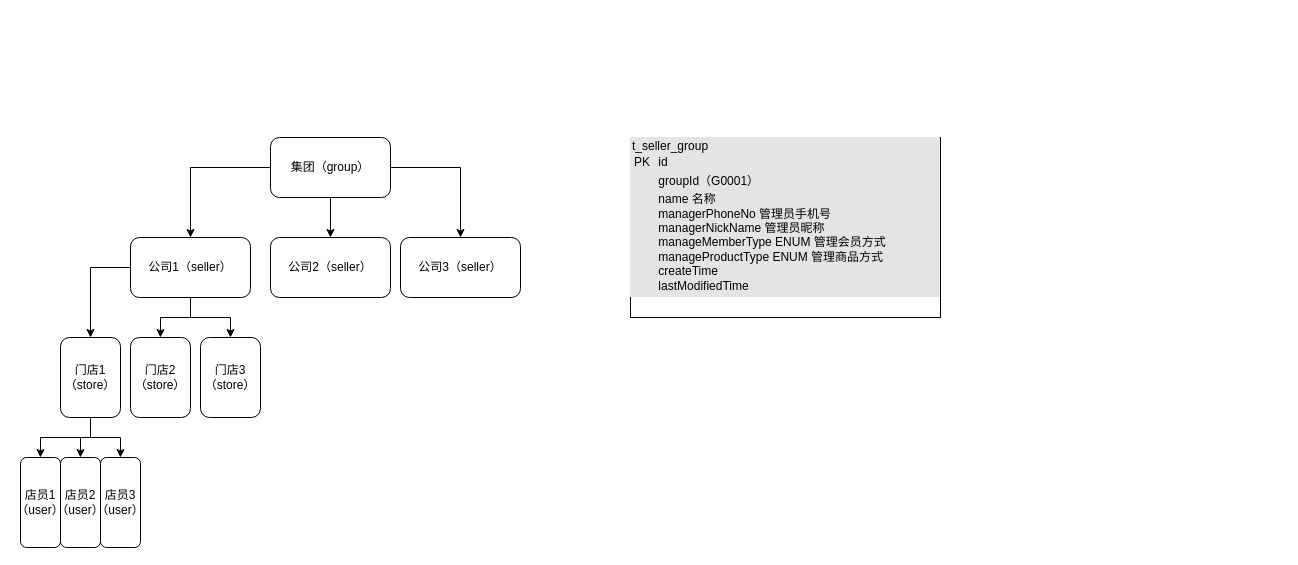
Earlier version of the draw.io diagram fastsales-group.drawio (luodongseu/diagrams). Source tidied: cells renumbered, new cells numbered last; positions are measured from the earlier drawing's top-left corner, leaving out a move shared by most shapes. Both pictures are drawn from the tidied source at 100%, with x=0, y=0 at pixel (20, 137).
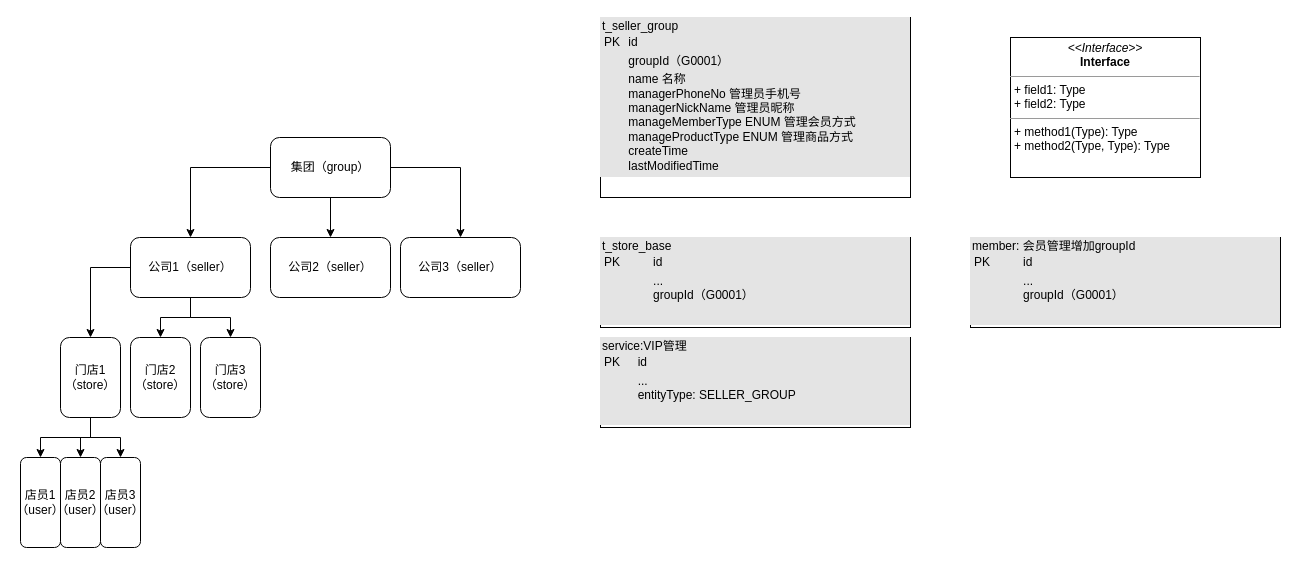
Above is the later version.

Change to the diagram source:
```diff
@@
     <mxCell id="21" value="&lt;div style=&quot;box-sizing: border-box ; width: 100% ; background: #e4e4e4 ; padding: 2px&quot;&gt;t_seller_group&lt;table cellpadding=&quot;2&quot; cellspacing=&quot;0&quot; style=&quot;font-size: 1em ; width: 100%&quot;&gt;&lt;tbody&gt;&lt;tr&gt;&lt;td&gt;PK&lt;/td&gt;&lt;td&gt;id&lt;/td&gt;&lt;/tr&gt;&lt;tr&gt;&lt;td&gt;&lt;/td&gt;&lt;td&gt;groupId（G0001）&lt;/td&gt;&lt;/tr&gt;&lt;tr&gt;&lt;td&gt;&lt;/td&gt;&lt;td&gt;name 名称&lt;br&gt;managerPhoneNo 管理员手机号&lt;br&gt;managerNickName 管理员昵称&lt;br&gt;manageMemberType ENUM 管理会员方式&lt;br&gt;manageProductType ENUM 管理商品方式&lt;br&gt;createTime&lt;br&gt;lastModifiedTime&lt;/td&gt;&lt;/tr&gt;&lt;/tbody&gt;&lt;/table&gt;&lt;/div&gt;" style="verticalAlign=top;align=left;overflow=fill;html=1;" parent="1" vertex="1">
-      <mxGeometry x="610" width="310" height="180" as="geometry" />
+      <mxGeometry x="580" y="-120" width="310" height="180" as="geometry" />
     </mxCell>
+    <mxCell id="22" value="&lt;p style=&quot;margin:0px;margin-top:4px;text-align:center;&quot;&gt;&lt;i&gt;&amp;lt;&amp;lt;Interface&amp;gt;&amp;gt;&lt;/i&gt;&lt;br/&gt;&lt;b&gt;Interface&lt;/b&gt;&lt;/p&gt;&lt;hr size=&quot;1&quot;/&gt;&lt;p style=&quot;margin:0px;margin-left:4px;&quot;&gt;+ field1: Type&lt;br/&gt;+ field2: Type&lt;/p&gt;&lt;hr size=&quot;1&quot;/&gt;&lt;p style=&quot;margin:0px;margin-left:4px;&quot;&gt;+ method1(Type): Type&lt;br/&gt;+ method2(Type, Type): Type&lt;/p&gt;" style="verticalAlign=top;align=left;overflow=fill;fontSize=12;fontFamily=Helvetica;html=1;" parent="1" vertex="1">
+      <mxGeometry x="990" y="-100" width="190" height="140" as="geometry" />
+    </mxCell>
+    <mxCell id="23" value="&lt;div style=&quot;box-sizing: border-box ; width: 100% ; background: #e4e4e4 ; padding: 2px&quot;&gt;t_store_base&lt;table cellpadding=&quot;2&quot; cellspacing=&quot;0&quot; style=&quot;font-size: 1em ; width: 100%&quot;&gt;&lt;tbody&gt;&lt;tr&gt;&lt;td&gt;PK&lt;/td&gt;&lt;td&gt;id&lt;/td&gt;&lt;/tr&gt;&lt;tr&gt;&lt;td&gt;&lt;/td&gt;&lt;td&gt;...&lt;br&gt;groupId（G0001）&lt;br&gt;&lt;/td&gt;&lt;/tr&gt;&lt;tr&gt;&lt;td&gt;&lt;/td&gt;&lt;td&gt;&lt;br&gt;&lt;/td&gt;&lt;/tr&gt;&lt;/tbody&gt;&lt;/table&gt;&lt;/div&gt;" style="verticalAlign=top;align=left;overflow=fill;html=1;" parent="1" vertex="1">
+      <mxGeometry x="580" y="100" width="310" height="90" as="geometry" />
+    </mxCell>
+    <mxCell id="24" value="&lt;div style=&quot;box-sizing: border-box ; width: 100% ; background: #e4e4e4 ; padding: 2px&quot;&gt;service:VIP管理&lt;br&gt;&lt;table cellpadding=&quot;2&quot; cellspacing=&quot;0&quot; style=&quot;font-size: 1em ; width: 100%&quot;&gt;&lt;tbody&gt;&lt;tr&gt;&lt;td&gt;PK&lt;/td&gt;&lt;td&gt;id&lt;/td&gt;&lt;/tr&gt;&lt;tr&gt;&lt;td&gt;&lt;/td&gt;&lt;td&gt;...&lt;br&gt;entityType: SELLER_GROUP&lt;br&gt;&lt;/td&gt;&lt;/tr&gt;&lt;tr&gt;&lt;td&gt;&lt;/td&gt;&lt;td&gt;&lt;br&gt;&lt;/td&gt;&lt;/tr&gt;&lt;/tbody&gt;&lt;/table&gt;&lt;/div&gt;" style="verticalAlign=top;align=left;overflow=fill;html=1;" parent="1" vertex="1">
+      <mxGeometry x="580" y="200" width="310" height="90" as="geometry" />
+    </mxCell>
+    <mxCell id="25" value="&lt;div style=&quot;box-sizing: border-box ; width: 100% ; background: #e4e4e4 ; padding: 2px&quot;&gt;member: 会员管理增加groupId&lt;table cellpadding=&quot;2&quot; cellspacing=&quot;0&quot; style=&quot;font-size: 1em ; width: 100%&quot;&gt;&lt;tbody&gt;&lt;tr&gt;&lt;td&gt;PK&lt;/td&gt;&lt;td&gt;id&lt;/td&gt;&lt;/tr&gt;&lt;tr&gt;&lt;td&gt;&lt;/td&gt;&lt;td&gt;...&lt;br&gt;groupId（G0001）&lt;br&gt;&lt;/td&gt;&lt;/tr&gt;&lt;tr&gt;&lt;td&gt;&lt;/td&gt;&lt;td&gt;&lt;br&gt;&lt;/td&gt;&lt;/tr&gt;&lt;/tbody&gt;&lt;/table&gt;&lt;/div&gt;" style="verticalAlign=top;align=left;overflow=fill;html=1;" parent="1" vertex="1">
+      <mxGeometry x="950" y="100" width="310" height="90" as="geometry" />
+    </mxCell>
```
